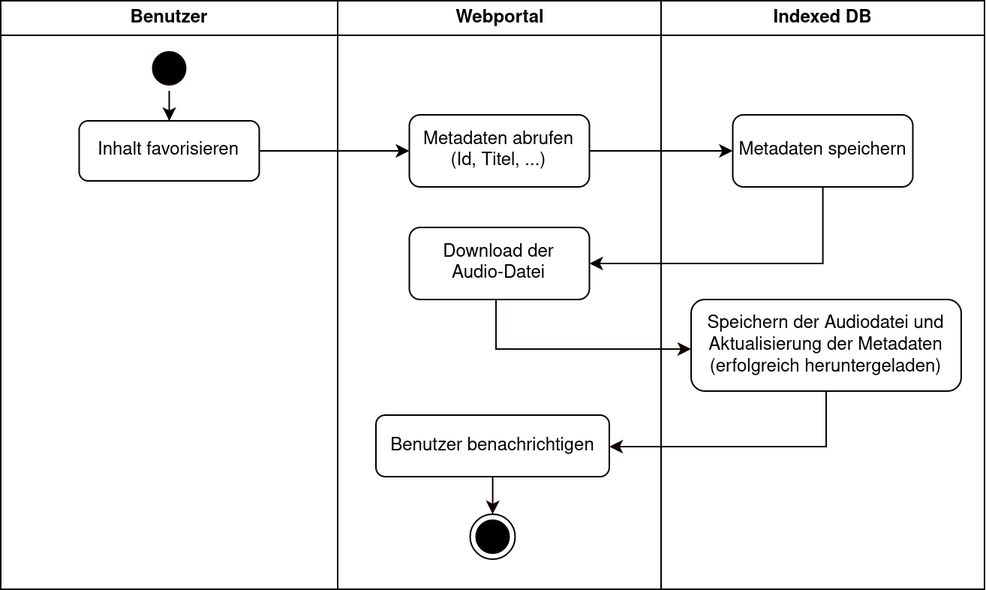
This is tex/bilder/diagramme/ablauf-indexed-db-favorisieren.png from schalterDev/Bachelor-Thesis, a draw.io export, as it was before one commit. Source tidied: cells renumbered, new cells last; positions are measured from the earlier drawing's top-left corner, leaving out a move shared by most shapes.
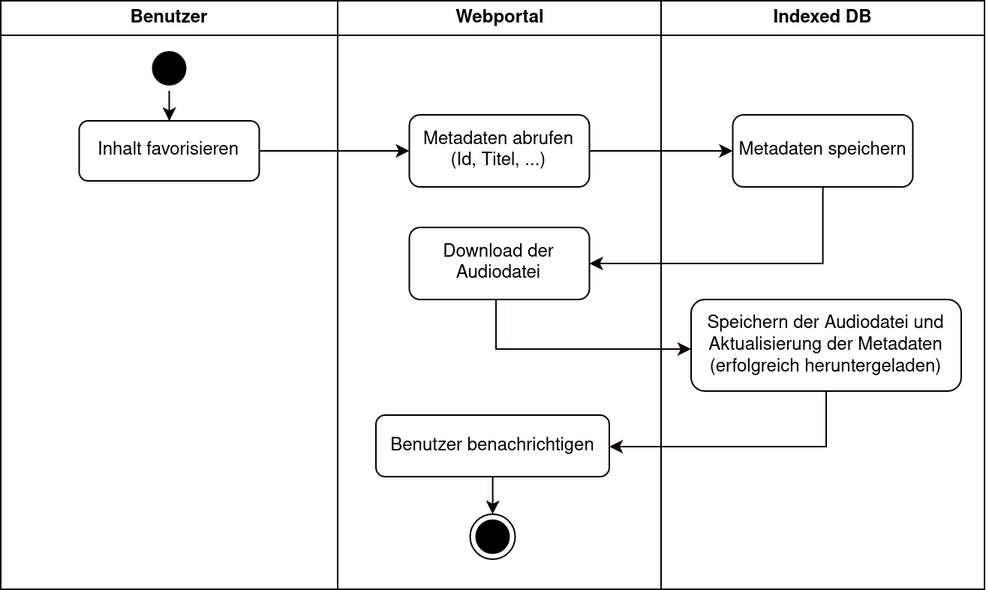
After the change.

The edit, as a diff of the source:
```diff
@@ -20,7 +20,7 @@
     <mxCell id="7" value="&lt;div&gt;Metadaten abrufen&lt;/div&gt;&lt;div&gt;(Id, Titel, ...)&lt;br&gt;&lt;/div&gt;" style="rounded=1;whiteSpace=wrap;html=1;" parent="6" vertex="1">
       <mxGeometry x="47.8" y="76" width="120" height="48" as="geometry" />
     </mxCell>
-    <mxCell id="8" value="&lt;div&gt;Download der &lt;br&gt;&lt;/div&gt;&lt;div&gt;Audio-Datei&lt;/div&gt;" style="rounded=1;whiteSpace=wrap;html=1;" parent="6" vertex="1">
+    <mxCell id="8" value="&lt;div&gt;Download der &lt;br&gt;&lt;/div&gt;&lt;div&gt;Audiodatei&lt;/div&gt;" style="rounded=1;whiteSpace=wrap;html=1;" parent="6" vertex="1">
       <mxGeometry x="47.8" y="151" width="120" height="48" as="geometry" />
     </mxCell>
     <mxCell id="9" style="edgeStyle=orthogonalEdgeStyle;rounded=0;jettySize=auto;html=1;strokeColor=#0F0000;" parent="6" edge="1" source="10" target="11">
```
